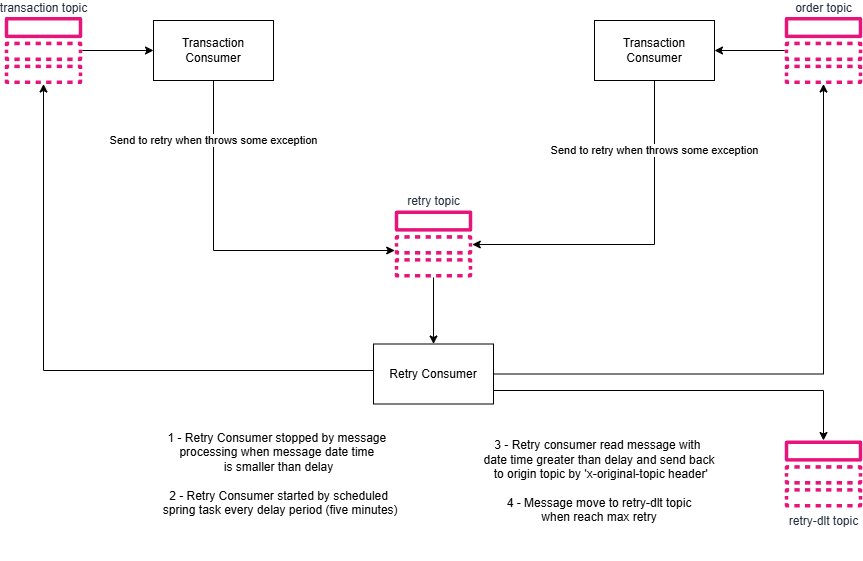
The draw.io diagram docs/kafka_retry_architecture.png in souzamarcos/kafka-retry-strategy, before a commit. Source tidied: cells renumbered, new cells last; positions are measured from the earlier drawing's top-left corner, leaving out a move shared by most shapes.
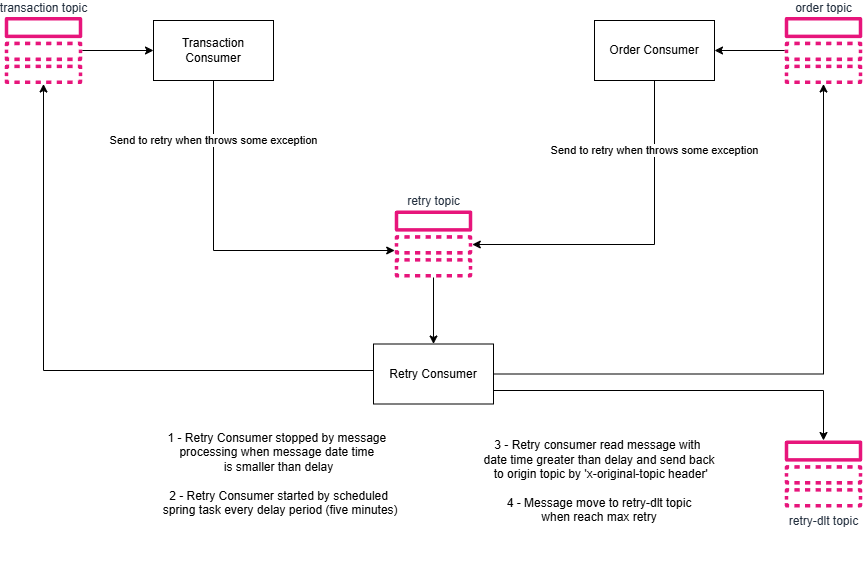
The same file after the commit.

What changed in the source:
```diff
@@ -31,7 +31,7 @@
         </Array>
       </mxGeometry>
     </mxCell>
-    <mxCell id="9" value="Transaction Consumer" style="rounded=0;whiteSpace=wrap;html=1;" parent="1" vertex="1">
+    <mxCell id="9" value="Order Consumer" style="rounded=0;whiteSpace=wrap;html=1;" parent="1" vertex="1">
       <mxGeometry x="590" y="4" width="120" height="60" as="geometry" />
     </mxCell>
     <mxCell id="10" style="edgeStyle=orthogonalEdgeStyle;rounded=0;jettySize=auto;html=1;" parent="1" edge="1" source="11" target="15">
```
